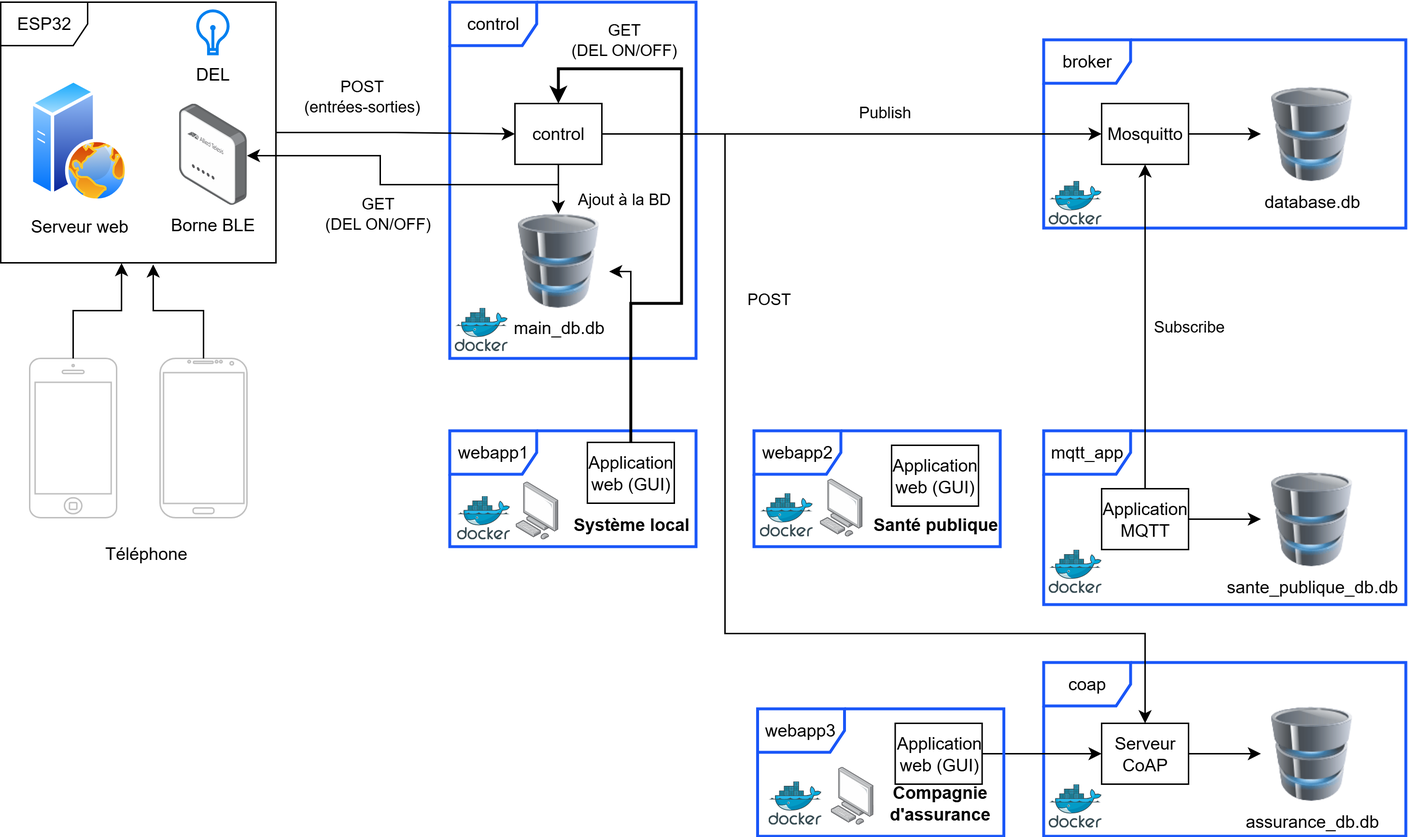
This is Architecture/Architechture.png from Rex1o/S6-App6, a draw.io export, as it was before one commit. Source tidied: cells renumbered, new cells last; positions are measured from the earlier drawing's top-left corner, leaving out a move shared by most shapes. Source of this version:
```xml
<mxGraphModel>
  <root>
    <mxCell id="0" />
    <mxCell id="1" parent="0" />
    <mxCell id="2" style="group;" parent="1" vertex="1">
      <mxGeometry width="190" height="180" as="geometry" />
    </mxCell>
    <mxCell id="3" value="ESP32" style="shape=umlFrame;whiteSpace=wrap;html=1;" parent="2" vertex="1">
      <mxGeometry width="190" height="180" as="geometry" />
    </mxCell>
    <mxCell id="4" value="Serveur web" style="image;perimeter=ellipsePerimeter;html=1;align=center;shadow=0;dashed=0;spacingTop=3;image=img/lib/active_directory/web_server.svg;" parent="2" vertex="1">
      <mxGeometry x="20" y="52.9" width="68" height="85" as="geometry" />
    </mxCell>
    <mxCell id="5" value="Borne BLE" style="image;points=[];html=1;align=center;shadow=0;dashed=0;image=img/lib/allied_telesis/wireless/Access_Point_Indoor.svg;" parent="2" vertex="1">
      <mxGeometry x="123" y="70" width="46.9" height="70" as="geometry" />
    </mxCell>
    <mxCell id="6" value="DEL" style="html=1;verticalLabelPosition=bottom;align=center;labelBackgroundColor=#ffffff;verticalAlign=top;strokeWidth=2;strokeColor=#0080F0;shadow=0;dashed=0;shape=mxgraph.ios7.icons.lightbulb;" parent="2" vertex="1">
      <mxGeometry x="135.1" y="6" width="22.8" height="29.7" as="geometry" />
    </mxCell>
    <mxCell id="7" style="group;" parent="1" vertex="1">
      <mxGeometry x="20" y="246" width="150" height="150" as="geometry" />
    </mxCell>
    <mxCell id="8" style="html=1;verticalLabelPosition=bottom;labelBackgroundColor=#ffffff;verticalAlign=top;shadow=0;dashed=0;strokeWidth=1;shape=mxgraph.ios7.misc.iphone;strokeColor=#c0c0c0;" parent="7" vertex="1">
      <mxGeometry width="60" height="110" as="geometry" />
    </mxCell>
    <mxCell id="9" style="verticalLabelPosition=bottom;verticalAlign=top;html=1;shadow=0;dashed=0;strokeWidth=1;shape=mxgraph.android.phone2;strokeColor=#c0c0c0;" parent="7" vertex="1">
      <mxGeometry x="90" width="60" height="110" as="geometry" />
    </mxCell>
    <mxCell id="10" value="Téléphone" style="text;html=1;align=center;verticalAlign=middle;strokeColor=none;fillColor=none;" parent="7" vertex="1">
      <mxGeometry x="40" y="120" width="80" height="30" as="geometry" />
    </mxCell>
    <mxCell id="11" style="edgeStyle=orthogonalEdgeStyle;rounded=0;jettySize=auto;html=1;entryX=0.554;entryY=1.006;entryDx=0;entryDy=0;entryPerimeter=0;" parent="1" edge="1" source="9" target="3">
      <mxGeometry relative="1" as="geometry" />
    </mxCell>
    <mxCell id="12" style="edgeStyle=orthogonalEdgeStyle;rounded=0;jettySize=auto;html=1;entryX=0.439;entryY=1.001;entryDx=0;entryDy=0;entryPerimeter=0;" parent="1" edge="1" source="8" target="3">
      <mxGeometry relative="1" as="geometry" />
    </mxCell>
    <mxCell id="13" value="control" style="shape=umlFrame;whiteSpace=wrap;html=1;strokeColor=light-dark(#1956F8,#1956F8);strokeWidth=2;" parent="1" vertex="1">
      <mxGeometry x="310" width="170" height="246" as="geometry" />
    </mxCell>
    <mxCell id="14" value="broker" style="shape=umlFrame;whiteSpace=wrap;html=1;strokeColor=light-dark(#1956F8,#1956F8);strokeWidth=2;" parent="1" vertex="1">
      <mxGeometry x="720" y="26" width="250" height="130" as="geometry" />
    </mxCell>
    <mxCell id="15" value="mqtt_app" style="shape=umlFrame;whiteSpace=wrap;html=1;strokeColor=light-dark(#1956F8,#1956F8);strokeWidth=2;" parent="1" vertex="1">
      <mxGeometry x="720" y="296" width="250" height="120" as="geometry" />
    </mxCell>
    <mxCell id="16" value="coap" style="shape=umlFrame;whiteSpace=wrap;html=1;strokeColor=light-dark(#1956F8,#1956F8);strokeWidth=2;" parent="1" vertex="1">
      <mxGeometry x="720" y="456" width="250" height="120" as="geometry" />
    </mxCell>
    <mxCell id="17" value="Ajout à la BD" style="edgeStyle=orthogonalEdgeStyle;rounded=0;jettySize=auto;html=1;" parent="1" edge="1" source="20" target="22">
      <mxGeometry x="0.41" y="45" relative="1" as="geometry">
        <Array as="points">
          <mxPoint x="385" y="136" />
          <mxPoint x="385" y="136" />
        </Array>
      </mxGeometry>
    </mxCell>
    <mxCell id="18" value="Publish" style="edgeStyle=orthogonalEdgeStyle;rounded=0;jettySize=auto;html=1;" parent="1" edge="1" source="20" target="26">
      <mxGeometry x="0.13" y="15" relative="1" as="geometry" />
    </mxCell>
    <mxCell id="19" value="POST" style="edgeStyle=orthogonalEdgeStyle;rounded=0;jettySize=auto;html=1;" parent="1" edge="1" source="20" target="40">
      <mxGeometry x="-0.49" y="30" relative="1" as="geometry">
        <Array as="points">
          <mxPoint x="500" y="91" />
          <mxPoint x="500" y="436" />
          <mxPoint x="790" y="436" />
        </Array>
      </mxGeometry>
    </mxCell>
    <mxCell id="20" value="control" style="rounded=0;whiteSpace=wrap;html=1;" parent="1" vertex="1">
      <mxGeometry x="355" y="70" width="60" height="42" as="geometry" />
    </mxCell>
    <mxCell id="21" value="POST&lt;br&gt;(entrées-sorties)" style="edgeStyle=orthogonalEdgeStyle;rounded=0;jettySize=auto;html=1;" parent="1" edge="1" source="3" target="20">
      <mxGeometry x="-0.29" y="25" relative="1" as="geometry" />
    </mxCell>
    <mxCell id="22" value="main_db.db" style="image;html=1;image=img/lib/clip_art/computers/Database_128x128.png;" parent="1" vertex="1">
      <mxGeometry x="350" y="146" width="70" height="65" as="geometry" />
    </mxCell>
    <mxCell id="23" value="GET&lt;br&gt;(DEL ON/OFF)" style="edgeStyle=orthogonalEdgeStyle;rounded=0;jettySize=auto;html=1;" parent="1" edge="1" source="20" target="5">
      <mxGeometry x="0.1" y="20" relative="1" as="geometry">
        <Array as="points">
          <mxPoint x="385" y="126" />
          <mxPoint x="262" y="126" />
          <mxPoint x="262" y="106" />
        </Array>
        <mxPoint x="18" y="20" as="offset" />
      </mxGeometry>
    </mxCell>
    <mxCell id="24" style="edgeStyle=orthogonalEdgeStyle;rounded=0;jettySize=auto;html=1;" parent="1" edge="1" source="34" target="22">
      <mxGeometry relative="1" as="geometry">
        <Array as="points">
          <mxPoint x="435" y="186" />
        </Array>
      </mxGeometry>
    </mxCell>
    <mxCell id="25" style="edgeStyle=orthogonalEdgeStyle;rounded=0;jettySize=auto;html=1;" parent="1" edge="1" source="26" target="27">
      <mxGeometry relative="1" as="geometry" />
    </mxCell>
    <mxCell id="26" value="Mosquitto" style="rounded=0;whiteSpace=wrap;html=1;" parent="1" vertex="1">
      <mxGeometry x="760" y="70" width="60" height="42" as="geometry" />
    </mxCell>
    <mxCell id="27" value="database.db" style="image;html=1;image=img/lib/clip_art/computers/Database_128x128.png;" parent="1" vertex="1">
      <mxGeometry x="870" y="58.5" width="70" height="65" as="geometry" />
    </mxCell>
    <mxCell id="28" value="Subscribe" style="edgeStyle=orthogonalEdgeStyle;rounded=0;jettySize=auto;html=1;" parent="1" edge="1" source="30" target="26">
      <mxGeometry y="-30" relative="1" as="geometry" />
    </mxCell>
    <mxCell id="29" style="edgeStyle=orthogonalEdgeStyle;rounded=0;jettySize=auto;html=1;" parent="1" edge="1" source="30" target="31">
      <mxGeometry relative="1" as="geometry" />
    </mxCell>
    <mxCell id="30" value="Application MQTT" style="rounded=0;whiteSpace=wrap;html=1;" parent="1" vertex="1">
      <mxGeometry x="760" y="336" width="60" height="42" as="geometry" />
    </mxCell>
    <mxCell id="31" value="sante_publique_db.db" style="image;html=1;image=img/lib/clip_art/computers/Database_128x128.png;" parent="1" vertex="1">
      <mxGeometry x="870" y="324.5" width="70" height="65" as="geometry" />
    </mxCell>
    <mxCell id="32" style="group;" parent="1" vertex="1">
      <mxGeometry x="310" y="296" width="175" height="80" as="geometry" />
    </mxCell>
    <mxCell id="33" value="webapp1" style="shape=umlFrame;whiteSpace=wrap;html=1;strokeColor=light-dark(#1956F8,#1956F8);strokeWidth=2;" parent="32" vertex="1">
      <mxGeometry width="170" height="80" as="geometry" />
    </mxCell>
    <mxCell id="34" value="Application web (GUI)" style="rounded=0;whiteSpace=wrap;html=1;" parent="32" vertex="1">
      <mxGeometry x="95" y="8" width="60" height="42" as="geometry" />
    </mxCell>
    <mxCell id="35" value="Système local" style="text;html=1;align=center;verticalAlign=middle;strokeColor=none;fillColor=none;fontStyle=1;" parent="32" vertex="1">
      <mxGeometry x="75" y="50" width="100" height="30" as="geometry" />
    </mxCell>
    <mxCell id="36" style="image;html=1;align=center;shadow=0;dashed=0;image=img/lib/allied_telesis/computer_and_terminals/Personal_Computer.svg;" parent="32" vertex="1">
      <mxGeometry x="45.5" y="35" width="29.5" height="40" as="geometry" />
    </mxCell>
    <mxCell id="37" style="image;sketch=0;html=1;align=center;fontSize=12;image=img/lib/mscae/Docker.svg;" parent="32" vertex="1">
      <mxGeometry x="5" y="45" width="36.6" height="30" as="geometry" />
    </mxCell>
    <mxCell id="38" style="edgeStyle=orthogonalEdgeStyle;rounded=0;jettySize=auto;html=1;" parent="1" edge="1" source="40" target="41">
      <mxGeometry relative="1" as="geometry" />
    </mxCell>
    <mxCell id="39" style="edgeStyle=orthogonalEdgeStyle;rounded=0;jettySize=auto;html=1;startArrow=classic;startFill=1;endArrow=none;endFill=0;" parent="1" edge="1" source="40" target="49">
      <mxGeometry relative="1" as="geometry" />
    </mxCell>
    <mxCell id="40" value="Serveur CoAP" style="rounded=0;whiteSpace=wrap;html=1;" parent="1" vertex="1">
      <mxGeometry x="760" y="498" width="60" height="42" as="geometry" />
    </mxCell>
    <mxCell id="41" value="assurance_db.db" style="image;html=1;image=img/lib/clip_art/computers/Database_128x128.png;" parent="1" vertex="1">
      <mxGeometry x="870" y="486.5" width="70" height="65" as="geometry" />
    </mxCell>
    <mxCell id="42" style="group;" parent="1" vertex="1">
      <mxGeometry x="520" y="296" width="175" height="80" as="geometry" />
    </mxCell>
    <mxCell id="43" value="webapp2" style="shape=umlFrame;whiteSpace=wrap;html=1;strokeColor=light-dark(#1956F8,#1956F8);strokeWidth=2;" parent="42" vertex="1">
      <mxGeometry width="170" height="80" as="geometry" />
    </mxCell>
    <mxCell id="44" value="Application web (GUI)" style="rounded=0;whiteSpace=wrap;html=1;" parent="42" vertex="1">
      <mxGeometry x="95" y="10" width="60" height="42" as="geometry" />
    </mxCell>
    <mxCell id="45" value="Santé publique" style="text;html=1;align=center;verticalAlign=middle;strokeColor=none;fillColor=none;fontStyle=1;" parent="42" vertex="1">
      <mxGeometry x="75" y="50" width="100" height="30" as="geometry" />
    </mxCell>
    <mxCell id="46" style="image;html=1;align=center;shadow=0;dashed=0;image=img/lib/allied_telesis/computer_and_terminals/Personal_Computer.svg;" parent="42" vertex="1">
      <mxGeometry x="45.5" y="33" width="29.5" height="40" as="geometry" />
    </mxCell>
    <mxCell id="47" style="image;sketch=0;html=1;align=center;fontSize=12;image=img/lib/mscae/Docker.svg;" parent="42" vertex="1">
      <mxGeometry x="4" y="43" width="36.6" height="30" as="geometry" />
    </mxCell>
    <mxCell id="48" value="webapp3" style="shape=umlFrame;whiteSpace=wrap;html=1;strokeColor=light-dark(#1956F8,#1956F8);strokeWidth=2;" parent="1" vertex="1">
      <mxGeometry x="522.5" y="488" width="170" height="88" as="geometry" />
    </mxCell>
    <mxCell id="49" value="Application web (GUI)" style="rounded=0;whiteSpace=wrap;html=1;" parent="1" vertex="1">
      <mxGeometry x="617.5" y="498" width="60" height="42" as="geometry" />
    </mxCell>
    <mxCell id="50" value="Compagnie&lt;br&gt;d'assurance" style="text;html=1;align=center;verticalAlign=middle;strokeColor=none;fillColor=none;fontStyle=1;" parent="1" vertex="1">
      <mxGeometry x="602.5" y="533" width="90" height="40" as="geometry" />
    </mxCell>
    <mxCell id="51" style="image;html=1;align=center;shadow=0;dashed=0;image=img/lib/allied_telesis/computer_and_terminals/Personal_Computer.svg;" parent="1" vertex="1">
      <mxGeometry x="573" y="528" width="29.5" height="40" as="geometry" />
    </mxCell>
    <mxCell id="52" value="GET&lt;br&gt;(DEL ON/OFF)" style="edgeStyle=orthogonalEdgeStyle;rounded=0;jettySize=auto;html=1;strokeWidth=2;" parent="1" edge="1" source="34" target="20">
      <mxGeometry x="0.66" y="-20" relative="1" as="geometry">
        <Array as="points">
          <mxPoint x="435" y="208" />
          <mxPoint x="470" y="208" />
          <mxPoint x="470" y="46" />
          <mxPoint x="385" y="46" />
        </Array>
      </mxGeometry>
    </mxCell>
    <mxCell id="53" style="image;sketch=0;html=1;align=center;fontSize=12;image=img/lib/mscae/Docker.svg;" parent="1" vertex="1">
      <mxGeometry x="313.4" y="211" width="36.6" height="30" as="geometry" />
    </mxCell>
    <mxCell id="54" style="image;sketch=0;html=1;align=center;fontSize=12;image=img/lib/mscae/Docker.svg;" parent="1" vertex="1">
      <mxGeometry x="723.4" y="123.5" width="36.6" height="30" as="geometry" />
    </mxCell>
    <mxCell id="55" style="image;sketch=0;html=1;align=center;fontSize=12;image=img/lib/mscae/Docker.svg;" parent="1" vertex="1">
      <mxGeometry x="723.4" y="378" width="36.6" height="30" as="geometry" />
    </mxCell>
    <mxCell id="56" style="image;sketch=0;html=1;align=center;fontSize=12;image=img/lib/mscae/Docker.svg;" parent="1" vertex="1">
      <mxGeometry x="723.4" y="540" width="36.6" height="30" as="geometry" />
    </mxCell>
    <mxCell id="57" style="image;sketch=0;html=1;align=center;fontSize=12;image=img/lib/mscae/Docker.svg;" parent="1" vertex="1">
      <mxGeometry x="530" y="538" width="36.6" height="30" as="geometry" />
    </mxCell>
  </root>
</mxGraphModel>
```
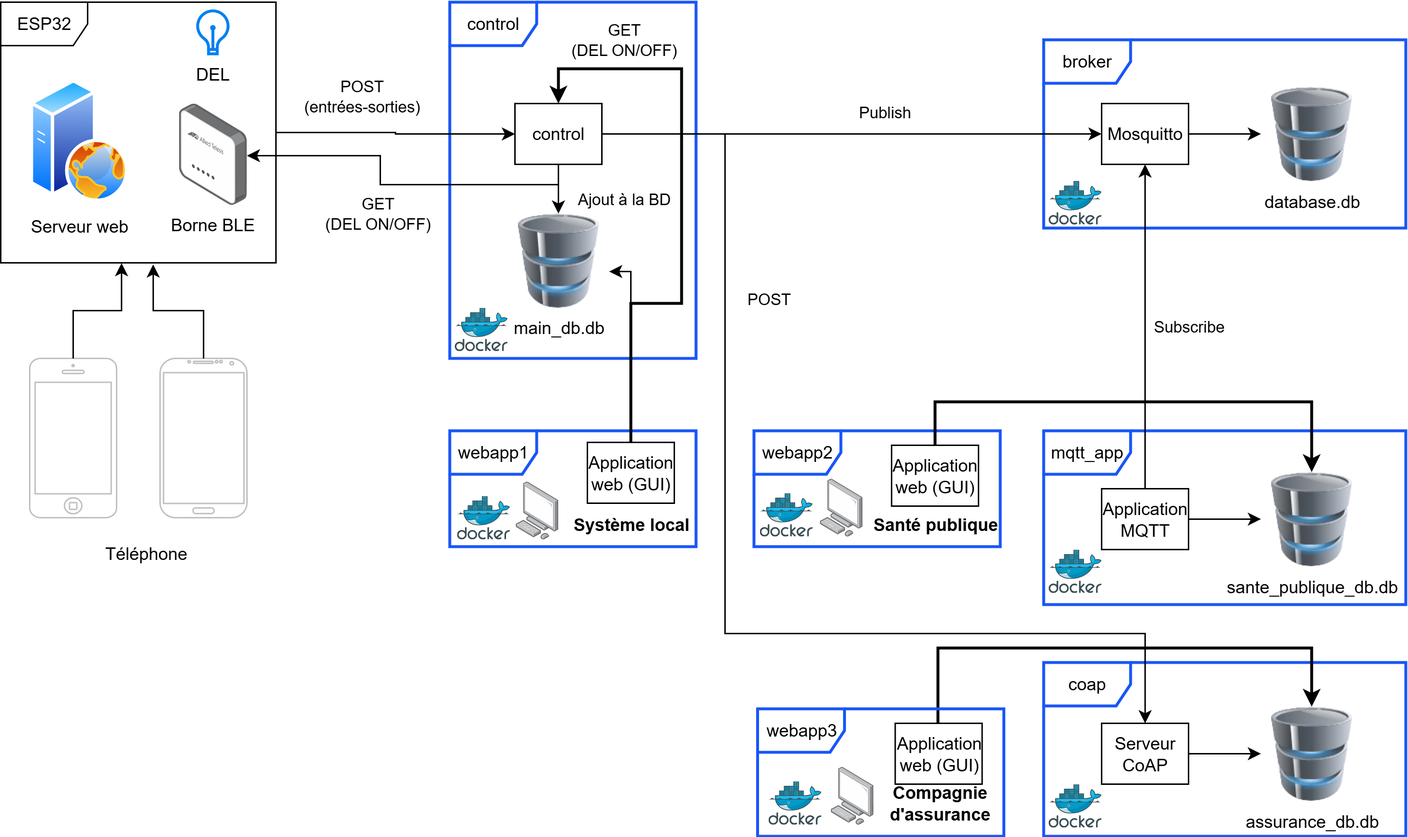
Later version of the same file.

The edit, as a diff of the source:
```diff
@@ -135,8 +135,13 @@
     <mxCell id="38" style="edgeStyle=orthogonalEdgeStyle;rounded=0;jettySize=auto;html=1;" parent="1" edge="1" source="40" target="41">
       <mxGeometry relative="1" as="geometry" />
     </mxCell>
-    <mxCell id="39" style="edgeStyle=orthogonalEdgeStyle;rounded=0;jettySize=auto;html=1;startArrow=classic;startFill=1;endArrow=none;endFill=0;" parent="1" edge="1" source="40" target="49">
-      <mxGeometry relative="1" as="geometry" />
+    <mxCell id="39" style="edgeStyle=orthogonalEdgeStyle;rounded=0;jettySize=auto;html=1;startArrow=classic;startFill=1;endArrow=none;endFill=0;strokeWidth=2;" parent="1" edge="1" source="41" target="49">
+      <mxGeometry relative="1" as="geometry">
+        <Array as="points">
+          <mxPoint x="905" y="446" />
+          <mxPoint x="647" y="446" />
+        </Array>
+      </mxGeometry>
     </mxCell>
     <mxCell id="40" value="Serveur CoAP" style="rounded=0;whiteSpace=wrap;html=1;" parent="1" vertex="1">
       <mxGeometry x="760" y="498" width="60" height="42" as="geometry" />
@@ -199,5 +204,13 @@
     <mxCell id="57" style="image;sketch=0;html=1;align=center;fontSize=12;image=img/lib/mscae/Docker.svg;" parent="1" vertex="1">
       <mxGeometry x="530" y="538" width="36.6" height="30" as="geometry" />
     </mxCell>
+    <mxCell id="58" style="edgeStyle=orthogonalEdgeStyle;rounded=0;jettySize=auto;html=1;strokeWidth=2;" parent="1" edge="1" source="44" target="31">
+      <mxGeometry relative="1" as="geometry">
+        <Array as="points">
+          <mxPoint x="645" y="276" />
+          <mxPoint x="905" y="276" />
+        </Array>
+      </mxGeometry>
+    </mxCell>
   </root>
 </mxGraphModel>
```
